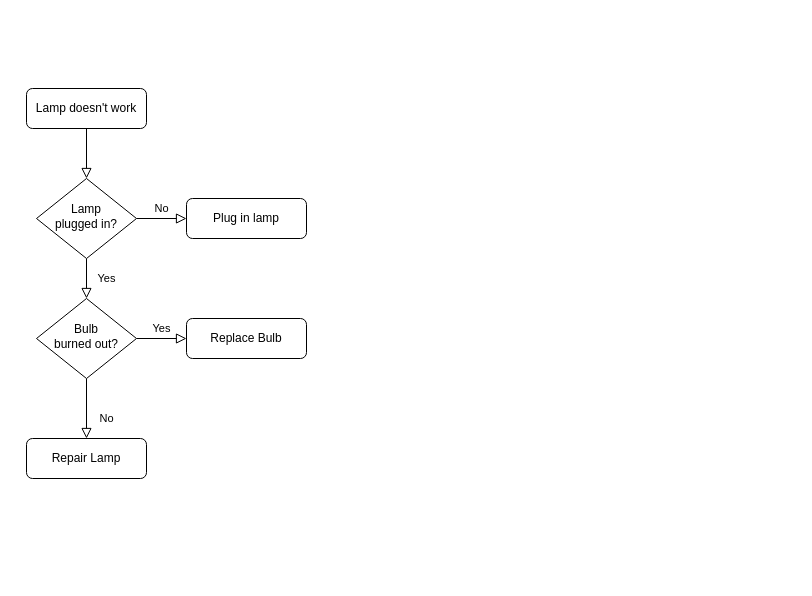
The draw.io diagram telstra-flow-diagram.drawio in evasanthan/testRestApp, before the edit. Source tidied: cells renumbered, new cells numbered last; positions are measured from the earlier drawing's top-left corner, leaving out a move shared by most shapes. Both pictures are drawn from the tidied source at 100%, with x=0, y=0 at pixel (26, 88).
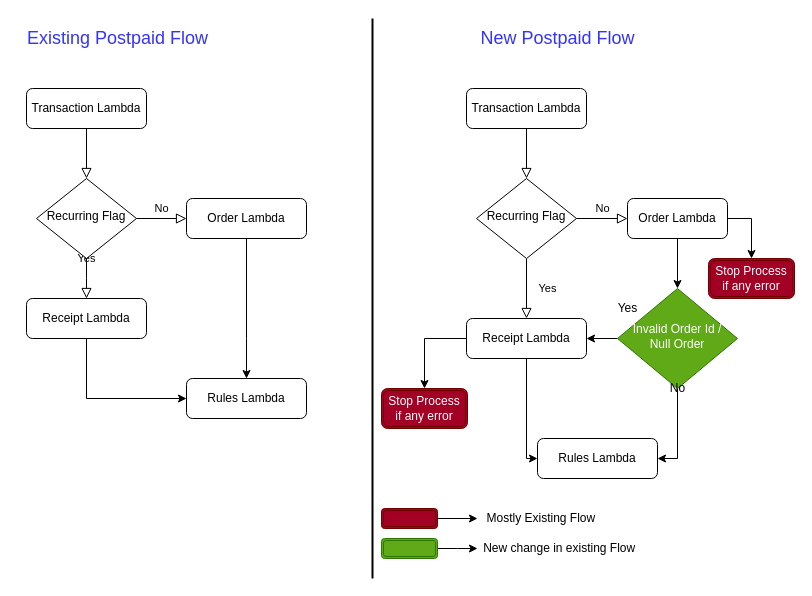
The same page after the edit.

Diff of the diagram source:
```diff
@@
-    <mxCell id="3" value="Lamp doesn't work" style="rounded=1;whiteSpace=wrap;html=1;fontSize=12;glass=0;strokeWidth=1;shadow=0;" parent="1" vertex="1">
+    <mxCell id="3" value="Transaction Lambda" style="rounded=1;whiteSpace=wrap;html=1;fontSize=12;glass=0;strokeWidth=1;shadow=0;" parent="1" vertex="1">
       <mxGeometry width="120" height="40" as="geometry" />
     </mxCell>
-    <mxCell id="4" value="Yes" style="rounded=0;html=1;jettySize=auto;fontSize=11;endArrow=block;endFill=0;endSize=8;strokeWidth=1;shadow=0;labelBackgroundColor=none;edgeStyle=orthogonalEdgeStyle;" parent="1" edge="1" source="6" target="10">
-      <mxGeometry y="20" relative="1" as="geometry" />
+    <mxCell id="4" value="Yes" style="rounded=0;html=1;jettySize=auto;fontSize=11;endArrow=block;endFill=0;endSize=8;strokeWidth=1;shadow=0;labelBackgroundColor=none;edgeStyle=orthogonalEdgeStyle;" parent="1" edge="1" source="6">
+      <mxGeometry y="20" relative="1" as="geometry">
+        <mxPoint x="60" y="210" as="targetPoint" />
+      </mxGeometry>
     </mxCell>
@@
-    <mxCell id="6" value="Lamp&lt;br&gt;plugged in?" style="rhombus;whiteSpace=wrap;html=1;shadow=0;fontFamily=Helvetica;fontSize=12;align=center;strokeWidth=1;spacing=6;spacingTop=-4;" parent="1" vertex="1">
+    <mxCell id="6" value="Recurring Flag" style="rhombus;whiteSpace=wrap;html=1;shadow=0;fontFamily=Helvetica;fontSize=12;align=center;strokeWidth=1;spacing=6;spacingTop=-4;" parent="1" vertex="1">
       <mxGeometry x="10" y="90" width="100" height="80" as="geometry" />
     </mxCell>
+    <mxCell id="13" style="edgeStyle=orthogonalEdgeStyle;rounded=0;jettySize=auto;html=1;" parent="1" edge="1" source="7" target="15">
+      <mxGeometry relative="1" as="geometry">
+        <Array as="points">
+          <mxPoint x="220" y="250" />
+          <mxPoint x="220" y="250" />
+        </Array>
+      </mxGeometry>
+    </mxCell>
-    <mxCell id="7" value="Plug in lamp" style="rounded=1;whiteSpace=wrap;html=1;fontSize=12;glass=0;strokeWidth=1;shadow=0;" parent="1" vertex="1">
+    <mxCell id="7" value="Order Lambda" style="rounded=1;whiteSpace=wrap;html=1;fontSize=12;glass=0;strokeWidth=1;shadow=0;" parent="1" vertex="1">
       <mxGeometry x="160" y="110" width="120" height="40" as="geometry" />
     </mxCell>
-    <mxCell id="8" value="No" style="rounded=0;html=1;jettySize=auto;fontSize=11;endArrow=block;endFill=0;endSize=8;strokeWidth=1;shadow=0;labelBackgroundColor=none;edgeStyle=orthogonalEdgeStyle;" parent="1" edge="1" source="10" target="11">
-      <mxGeometry x="0.33" y="20" relative="1" as="geometry" />
-    </mxCell>
-    <mxCell id="9" value="Yes" style="edgeStyle=orthogonalEdgeStyle;rounded=0;html=1;jettySize=auto;fontSize=11;endArrow=block;endFill=0;endSize=8;strokeWidth=1;shadow=0;labelBackgroundColor=none;" parent="1" edge="1" source="10" target="12">
-      <mxGeometry y="10" relative="1" as="geometry" />
-    </mxCell>
-    <mxCell id="10" value="Bulb&lt;br&gt;burned out?" style="rhombus;whiteSpace=wrap;html=1;shadow=0;fontFamily=Helvetica;fontSize=12;align=center;strokeWidth=1;spacing=6;spacingTop=-4;" parent="1" vertex="1">
-      <mxGeometry x="10" y="210" width="100" height="80" as="geometry" />
-    </mxCell>
+    <mxCell id="14" style="edgeStyle=orthogonalEdgeStyle;rounded=0;jettySize=auto;html=1;entryX=0;entryY=0.5;entryDx=0;entryDy=0;exitX=0.5;exitY=1;exitDx=0;exitDy=0;" parent="1" edge="1" source="11" target="15">
+      <mxGeometry relative="1" as="geometry">
+        <Array as="points">
+          <mxPoint x="60" y="310" />
+        </Array>
+      </mxGeometry>
+    </mxCell>
-    <mxCell id="11" value="Repair Lamp" style="rounded=1;whiteSpace=wrap;html=1;fontSize=12;glass=0;strokeWidth=1;shadow=0;" parent="1" vertex="1">
-      <mxGeometry y="350" width="120" height="40" as="geometry" />
+    <mxCell id="11" value="Receipt Lambda" style="rounded=1;whiteSpace=wrap;html=1;fontSize=12;glass=0;strokeWidth=1;shadow=0;" parent="1" vertex="1">
+      <mxGeometry y="210" width="120" height="40" as="geometry" />
     </mxCell>
-    <mxCell id="12" value="Replace Bulb" style="rounded=1;whiteSpace=wrap;html=1;fontSize=12;glass=0;strokeWidth=1;shadow=0;" parent="1" vertex="1">
-      <mxGeometry x="160" y="230" width="120" height="40" as="geometry" />
-    </mxCell>
+    <mxCell id="15" value="Rules Lambda" style="rounded=1;whiteSpace=wrap;html=1;fontSize=12;glass=0;strokeWidth=1;shadow=0;" parent="1" vertex="1">
+      <mxGeometry x="160" y="290" width="120" height="40" as="geometry" />
+    </mxCell>
+    <mxCell id="16" value="&lt;font style=&quot;font-size: 18px&quot;&gt;Existing Postpaid Flow&lt;/font&gt;" style="text;html=1;align=center;verticalAlign=middle;strokeColor=none;fontColor=#3333FF;" parent="1" vertex="1">
+      <mxGeometry x="-9" y="-60" width="200" height="20" as="geometry" />
+    </mxCell>
+    <mxCell id="17" style="line;strokeWidth=2;direction=south;html=1;" parent="1" vertex="1">
+      <mxGeometry x="341" y="-70" width="10" height="560" as="geometry" />
+    </mxCell>
+    <mxCell id="18" style="rounded=0;html=1;jettySize=auto;fontSize=11;endArrow=block;endFill=0;endSize=8;strokeWidth=1;shadow=0;labelBackgroundColor=none;edgeStyle=orthogonalEdgeStyle;" parent="1" edge="1" source="19" target="22">
+      <mxGeometry relative="1" as="geometry" />
+    </mxCell>
+    <mxCell id="19" value="Transaction Lambda" style="rounded=1;whiteSpace=wrap;html=1;fontSize=12;glass=0;strokeWidth=1;shadow=0;" parent="1" vertex="1">
+      <mxGeometry x="440" width="120" height="40" as="geometry" />
+    </mxCell>
+    <mxCell id="20" value="Yes" style="rounded=0;html=1;jettySize=auto;fontSize=11;endArrow=block;endFill=0;endSize=8;strokeWidth=1;shadow=0;labelBackgroundColor=none;edgeStyle=orthogonalEdgeStyle;entryX=0.5;entryY=0;entryDx=0;entryDy=0;" parent="1" edge="1" source="22" target="28">
+      <mxGeometry y="21" relative="1" as="geometry" />
+    </mxCell>
+    <mxCell id="21" value="No" style="edgeStyle=orthogonalEdgeStyle;rounded=0;html=1;jettySize=auto;fontSize=11;endArrow=block;endFill=0;endSize=8;strokeWidth=1;shadow=0;labelBackgroundColor=none;" parent="1" edge="1" source="22" target="25">
+      <mxGeometry y="10" relative="1" as="geometry" />
+    </mxCell>
+    <mxCell id="22" value="Recurring Flag" style="rhombus;whiteSpace=wrap;html=1;shadow=0;fontFamily=Helvetica;fontSize=12;align=center;strokeWidth=1;spacing=6;spacingTop=-4;" parent="1" vertex="1">
+      <mxGeometry x="450" y="90" width="100" height="80" as="geometry" />
+    </mxCell>
+    <mxCell id="23" style="edgeStyle=orthogonalEdgeStyle;rounded=0;jettySize=auto;html=1;entryX=0.5;entryY=0;entryDx=0;entryDy=0;" parent="1" edge="1" source="25" target="33">
+      <mxGeometry relative="1" as="geometry" />
+    </mxCell>
+    <mxCell id="24" style="edgeStyle=orthogonalEdgeStyle;rounded=0;jettySize=auto;html=1;exitX=1;exitY=0.5;exitDx=0;exitDy=0;" parent="1" edge="1" source="25" target="37">
+      <mxGeometry relative="1" as="geometry" />
+    </mxCell>
+    <mxCell id="25" value="Order Lambda" style="rounded=1;whiteSpace=wrap;html=1;fontSize=12;glass=0;strokeWidth=1;shadow=0;" parent="1" vertex="1">
+      <mxGeometry x="601" y="110" width="100" height="40" as="geometry" />
+    </mxCell>
+    <mxCell id="26" style="edgeStyle=orthogonalEdgeStyle;rounded=0;jettySize=auto;html=1;entryX=0;entryY=0.5;entryDx=0;entryDy=0;" parent="1" edge="1" source="28" target="29">
+      <mxGeometry relative="1" as="geometry">
+        <Array as="points">
+          <mxPoint x="500" y="370" />
+        </Array>
+      </mxGeometry>
+    </mxCell>
+    <mxCell id="27" style="edgeStyle=orthogonalEdgeStyle;rounded=0;jettySize=auto;html=1;" parent="1" edge="1" source="28" target="36">
+      <mxGeometry relative="1" as="geometry">
+        <Array as="points">
+          <mxPoint x="398" y="250" />
+        </Array>
+      </mxGeometry>
+    </mxCell>
+    <mxCell id="28" value="Receipt Lambda" style="rounded=1;whiteSpace=wrap;html=1;fontSize=12;glass=0;strokeWidth=1;shadow=0;" parent="1" vertex="1">
+      <mxGeometry x="440" y="230" width="120" height="40" as="geometry" />
+    </mxCell>
+    <mxCell id="29" value="Rules Lambda" style="rounded=1;whiteSpace=wrap;html=1;fontSize=12;glass=0;strokeWidth=1;shadow=0;" parent="1" vertex="1">
+      <mxGeometry x="511" y="350" width="120" height="40" as="geometry" />
+    </mxCell>
+    <mxCell id="30" value="&lt;font style=&quot;font-size: 18px&quot;&gt;New Postpaid Flow&lt;/font&gt;" style="text;html=1;align=center;verticalAlign=middle;strokeColor=none;rounded=0;shadow=0;sketch=0;glass=0;labelBorderColor=none;labelBackgroundColor=none;fontColor=#3333FF;" parent="1" vertex="1">
+      <mxGeometry x="446" y="-60" width="170" height="20" as="geometry" />
+    </mxCell>
+    <mxCell id="31" style="edgeStyle=orthogonalEdgeStyle;rounded=0;jettySize=auto;html=1;entryX=1;entryY=0.5;entryDx=0;entryDy=0;" parent="1" edge="1" source="33" target="28">
+      <mxGeometry relative="1" as="geometry" />
+    </mxCell>
+    <mxCell id="32" style="edgeStyle=orthogonalEdgeStyle;rounded=0;jettySize=auto;html=1;entryX=1;entryY=0.5;entryDx=0;entryDy=0;" parent="1" edge="1" source="33" target="29">
+      <mxGeometry relative="1" as="geometry" />
+    </mxCell>
+    <mxCell id="33" value="Invalid Order Id / Null Order" style="rhombus;whiteSpace=wrap;html=1;shadow=0;fontFamily=Helvetica;fontSize=12;align=center;strokeWidth=1;spacing=6;spacingTop=-4;fillColor=#60a917;strokeColor=#2D7600;fontColor=#ffffff;" parent="1" vertex="1">
+      <mxGeometry x="591" y="200" width="120" height="100" as="geometry" />
+    </mxCell>
+    <mxCell id="34" value="No" style="text;html=1;align=center;verticalAlign=middle;strokeColor=none;" parent="1" vertex="1">
+      <mxGeometry x="636" y="290" width="30" height="20" as="geometry" />
+    </mxCell>
+    <mxCell id="35" value="Yes" style="text;html=1;align=center;verticalAlign=middle;strokeColor=none;" parent="1" vertex="1">
+      <mxGeometry x="581" y="210" width="40" height="20" as="geometry" />
+    </mxCell>
+    <mxCell id="36" value="Stop Process if any error" style="shape=ext;double=1;rounded=1;whiteSpace=wrap;html=1;fillColor=#a20025;strokeColor=#6F0000;fontColor=#ffffff;" parent="1" vertex="1">
+      <mxGeometry x="355" y="300" width="86" height="40" as="geometry" />
+    </mxCell>
+    <mxCell id="37" value="Stop Process if any error" style="shape=ext;double=1;rounded=1;whiteSpace=wrap;html=1;fillColor=#a20025;strokeColor=#6F0000;fontColor=#ffffff;" parent="1" vertex="1">
+      <mxGeometry x="682" y="170" width="86" height="40" as="geometry" />
+    </mxCell>
+    <mxCell id="38" style="edgeStyle=orthogonalEdgeStyle;rounded=0;jettySize=auto;html=1;" parent="1" edge="1" source="39" target="40">
+      <mxGeometry relative="1" as="geometry" />
+    </mxCell>
+    <mxCell id="39" style="shape=ext;double=1;rounded=1;whiteSpace=wrap;html=1;fillColor=#a20025;strokeColor=#6F0000;fontColor=#ffffff;" parent="1" vertex="1">
+      <mxGeometry x="355" y="420" width="56" height="20" as="geometry" />
+    </mxCell>
+    <mxCell id="40" value="Mostly Existing Flow&amp;nbsp;" style="text;html=1;align=center;verticalAlign=middle;points=[];strokeColor=none;" parent="1" vertex="1">
+      <mxGeometry x="451" y="420" width="130" height="20" as="geometry" />
+    </mxCell>
+    <mxCell id="41" style="edgeStyle=orthogonalEdgeStyle;rounded=0;jettySize=auto;html=1;" parent="1" edge="1" source="42">
+      <mxGeometry relative="1" as="geometry">
+        <mxPoint x="451" y="460" as="targetPoint" />
+      </mxGeometry>
+    </mxCell>
+    <mxCell id="42" style="shape=ext;double=1;rounded=1;whiteSpace=wrap;html=1;fillColor=#60a917;strokeColor=#2D7600;fontColor=#ffffff;" parent="1" vertex="1">
+      <mxGeometry x="355" y="450" width="56" height="20" as="geometry" />
+    </mxCell>
+    <mxCell id="43" value="&amp;nbsp;New change in existing Flow" style="text;html=1;align=center;verticalAlign=middle;strokeColor=none;" parent="1" vertex="1">
+      <mxGeometry x="446" y="450" width="170" height="20" as="geometry" />
+    </mxCell>
```
